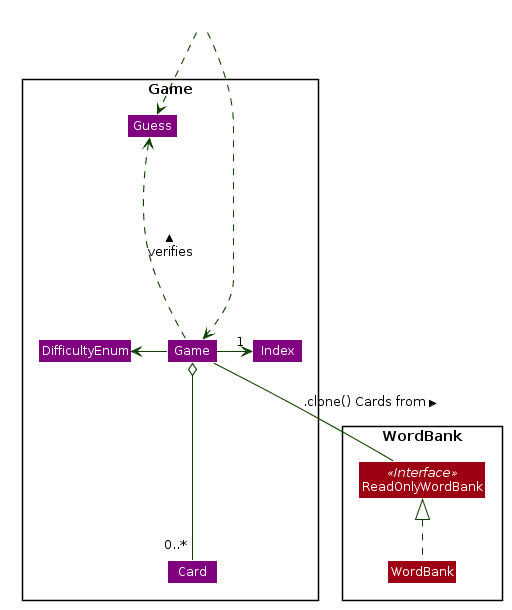
nus-cs2103-AY1920S1/addressbook-level3 keeps this PlantUML diagram as docs/images/GameClassDiagram.png. Above is the earlier version.
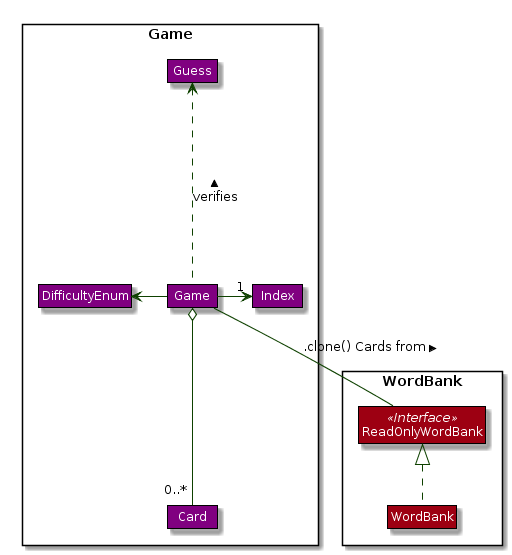
The same file after the commit.

Change to the diagram source:
```diff
@@ -1,4 +1,5 @@
 @startuml
+
 
 
 
@@ -18,9 +19,10 @@
 skinparam Class {
     FontColor #FFFFFF
     BorderThickness 1
-    BorderColor #FFFFFF
+    BorderColor #000000
     StereotypeFontColor #FFFFFF
     FontName Arial
+    AttributeFontColor #FFFFFF
 }
 
 skinparam Actor {
@@ -44,14 +46,14 @@
 
 skinparam MinClassWidth 50
 skinparam ParticipantPadding 10
-skinparam Shadowing false
+skinparam Shadowing true
 skinparam DefaultTextAlignment center
 skinparam packageStyle Rectangle
+skinparam classAttributeIconSize 0
 
 hide footbox
 hide members
 hide circle
-
 
 
 skinparam arrowThickness 1.1
@@ -80,13 +82,14 @@
 }
 
 
+
 Game o--down-"0..*" Card
 Game -left-> DifficultyEnum
 Game --right->"1" Index
 Game ..up..> Guess :verifies >
-Class HiddenOutside #FFFFFF
-HiddenOutside ..> Game
-HiddenOutside ..> Guess
+
+
+
 Game -- ReadOnlyWordBank :.clone() Cards from >
 WordBank .up.|> ReadOnlyWordBank
 @enduml
```
